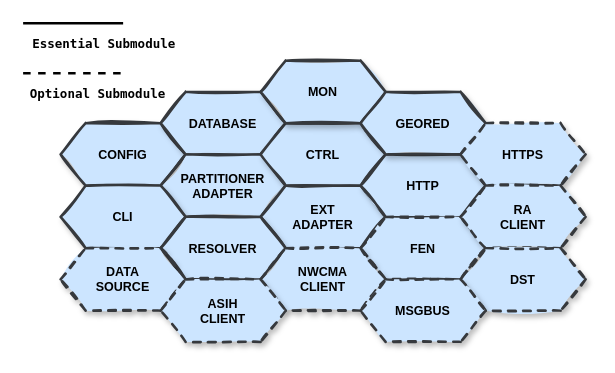
SunLucc/Test keeps this draw.io diagram as page "第 2 页" (2 of 5) of http_server.drawio. Above is the earlier version. Source tidied: cells renumbered, new cells numbered last; positions are measured from the earlier drawing's top-left corner, leaving out a move shared by most shapes. Both pictures are drawn from the tidied source at 125%, with x=0, y=0 at pixel (22, 22).
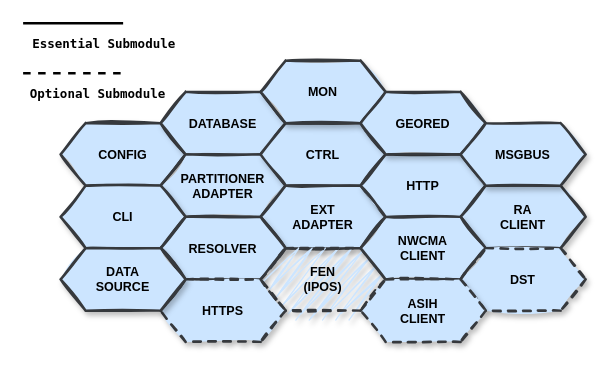
The same diagram, later.

What changed in the source:
```diff
@@
-    <mxCell id="12" value="&lt;b style=&quot;font-size: 10px;&quot;&gt;FEN&lt;/b&gt;" style="shape=hexagon;perimeter=hexagonPerimeter2;whiteSpace=wrap;html=1;fixedSize=1;fillStyle=solid;fillColor=#cce5ff;strokeColor=#36393d;fontSize=10;rounded=0;shadow=1;sketch=1;dashed=1;strokeWidth=2;" parent="1" vertex="1">
-      <mxGeometry x="270" y="155" width="100" height="50" as="geometry" />
+    <mxCell id="12" value="&lt;b style=&quot;font-size: 10px;&quot;&gt;FEN&lt;br&gt;(IPOS)&lt;br&gt;&lt;/b&gt;" style="shape=hexagon;perimeter=hexagonPerimeter2;whiteSpace=wrap;html=1;fixedSize=1;fillStyle=zigzag;fillColor=#cce5ff;strokeColor=#36393d;fontSize=10;rounded=0;shadow=1;sketch=1;dashed=1;strokeWidth=2;" parent="1" vertex="1">
+      <mxGeometry x="190" y="180" width="100" height="50" as="geometry" />
     </mxCell>
     <mxCell id="13" value="&lt;b style=&quot;font-size: 10px;&quot;&gt;HTTPS&lt;/b&gt;" style="shape=hexagon;perimeter=hexagonPerimeter2;whiteSpace=wrap;html=1;fixedSize=1;fillStyle=solid;fillColor=#cce5ff;strokeColor=#36393d;fontSize=10;rounded=0;shadow=1;sketch=1;dashed=1;strokeWidth=2;" parent="1" vertex="1">
-      <mxGeometry x="350" y="80" width="100" height="50" as="geometry" />
+      <mxGeometry x="110" y="205" width="100" height="50" as="geometry" />
     </mxCell>
-    <mxCell id="14" value="&lt;b style=&quot;font-size: 10px;&quot;&gt;RA&lt;br&gt;CLIENT&lt;br&gt;&lt;/b&gt;" style="shape=hexagon;perimeter=hexagonPerimeter2;whiteSpace=wrap;html=1;fixedSize=1;fillStyle=solid;fillColor=#cce5ff;strokeColor=#36393d;fontSize=10;rounded=0;shadow=1;sketch=1;dashed=1;strokeWidth=2;" parent="1" vertex="1">
+    <mxCell id="14" value="&lt;b style=&quot;font-size: 10px;&quot;&gt;RA&lt;br&gt;CLIENT&lt;br&gt;&lt;/b&gt;" style="shape=hexagon;perimeter=hexagonPerimeter2;whiteSpace=wrap;html=1;fixedSize=1;fillStyle=solid;fillColor=#cce5ff;strokeColor=#36393d;fontSize=10;rounded=0;shadow=1;sketch=1;strokeWidth=2;" parent="1" vertex="1">
       <mxGeometry x="350" y="130" width="100" height="50" as="geometry" />
     </mxCell>
-    <mxCell id="15" value="&lt;b style=&quot;font-size: 10px;&quot;&gt;NWCMA&lt;br&gt;CLIENT&lt;br&gt;&lt;/b&gt;" style="shape=hexagon;perimeter=hexagonPerimeter2;whiteSpace=wrap;html=1;fixedSize=1;fillStyle=solid;fillColor=#cce5ff;strokeColor=#36393d;fontSize=10;rounded=0;shadow=1;sketch=1;dashed=1;strokeWidth=2;" parent="1" vertex="1">
-      <mxGeometry x="190" y="180" width="100" height="50" as="geometry" />
+    <mxCell id="15" value="&lt;b style=&quot;font-size: 10px;&quot;&gt;NWCMA&lt;br&gt;CLIENT&lt;br&gt;&lt;/b&gt;" style="shape=hexagon;perimeter=hexagonPerimeter2;whiteSpace=wrap;html=1;fixedSize=1;fillStyle=solid;fillColor=#cce5ff;strokeColor=#36393d;fontSize=10;rounded=0;shadow=1;sketch=1;strokeWidth=2;" parent="1" vertex="1">
+      <mxGeometry x="270" y="155" width="100" height="50" as="geometry" />
     </mxCell>
@@
-    <mxCell id="17" value="&lt;b style=&quot;font-size: 10px;&quot;&gt;DATA&lt;br&gt;SOURCE&lt;br&gt;&lt;/b&gt;" style="shape=hexagon;perimeter=hexagonPerimeter2;whiteSpace=wrap;html=1;fixedSize=1;fillStyle=solid;fillColor=#cce5ff;strokeColor=#36393d;fontSize=10;rounded=0;shadow=1;sketch=1;dashed=1;strokeWidth=2;" parent="1" vertex="1">
+    <mxCell id="17" value="&lt;b style=&quot;font-size: 10px;&quot;&gt;DATA&lt;br&gt;SOURCE&lt;br&gt;&lt;/b&gt;" style="shape=hexagon;perimeter=hexagonPerimeter2;whiteSpace=wrap;html=1;fixedSize=1;fillStyle=solid;fillColor=#cce5ff;strokeColor=#36393d;fontSize=10;rounded=0;shadow=1;sketch=1;strokeWidth=2;" parent="1" vertex="1">
       <mxGeometry x="30" y="180" width="100" height="50" as="geometry" />
     </mxCell>
     <mxCell id="18" value="&lt;b style=&quot;font-size: 10px;&quot;&gt;ASIH&lt;br&gt;CLIENT&lt;br&gt;&lt;/b&gt;" style="shape=hexagon;perimeter=hexagonPerimeter2;whiteSpace=wrap;html=1;fixedSize=1;fillStyle=solid;fillColor=#cce5ff;strokeColor=#36393d;fontSize=10;rounded=0;shadow=1;sketch=1;dashed=1;strokeWidth=2;" parent="1" vertex="1">
-      <mxGeometry x="110" y="205" width="100" height="50" as="geometry" />
+      <mxGeometry x="270" y="205" width="100" height="50" as="geometry" />
     </mxCell>
-    <mxCell id="19" value="&lt;b style=&quot;font-size: 10px;&quot;&gt;MSGBUS&lt;/b&gt;" style="shape=hexagon;perimeter=hexagonPerimeter2;whiteSpace=wrap;html=1;fixedSize=1;fillStyle=solid;fillColor=#cce5ff;strokeColor=#36393d;fontSize=10;rounded=0;shadow=1;sketch=1;dashed=1;strokeWidth=2;" parent="1" vertex="1">
-      <mxGeometry x="270" y="205" width="100" height="50" as="geometry" />
+    <mxCell id="19" value="&lt;b style=&quot;font-size: 10px;&quot;&gt;MSGBUS&lt;/b&gt;" style="shape=hexagon;perimeter=hexagonPerimeter2;whiteSpace=wrap;html=1;fixedSize=1;fillStyle=solid;fillColor=#cce5ff;strokeColor=#36393d;fontSize=10;rounded=0;shadow=1;sketch=1;strokeWidth=2;" parent="1" vertex="1">
+      <mxGeometry x="350" y="80" width="100" height="50" as="geometry" />
     </mxCell>
```
